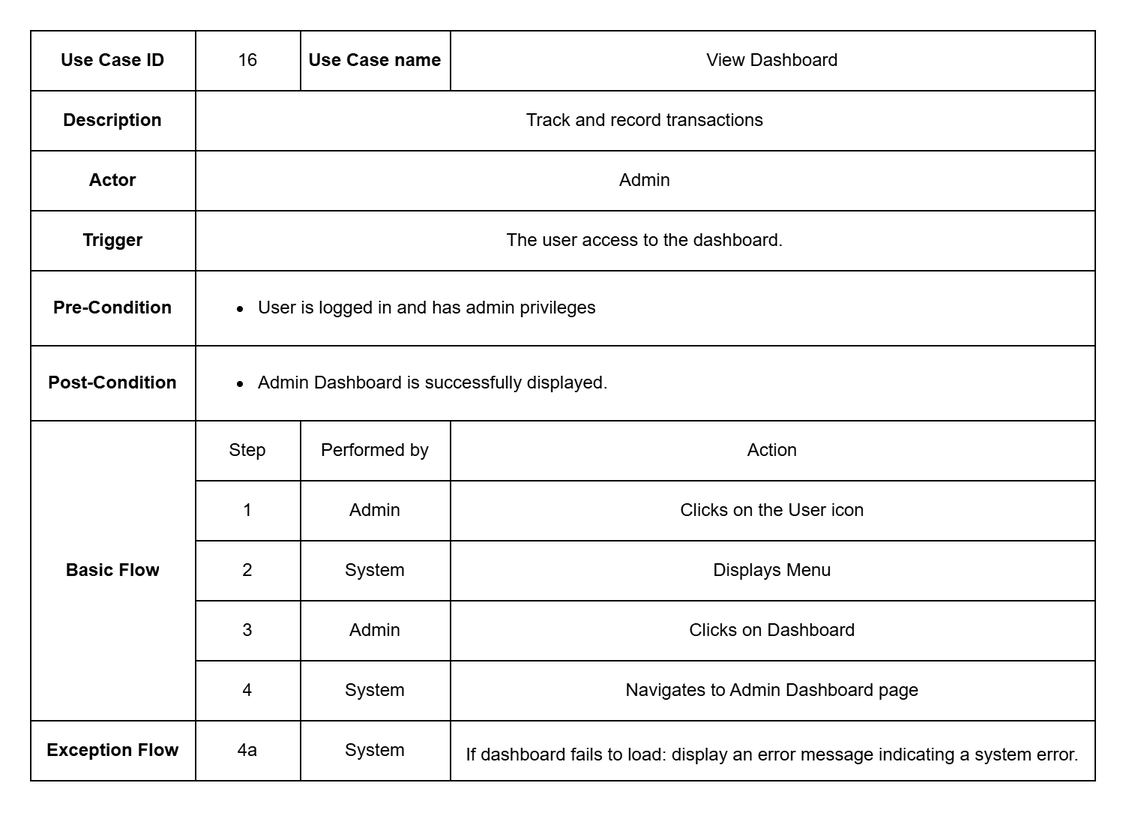
auphong2707/itse-laptopshop-management-web-application keeps this draw.io diagram as documentation/Images/usecase_metadata_card/uc_16_view_dashboard.drawio.png. Above is the earlier version. Source tidied: cells renumbered, new cells last; positions are measured from the earlier drawing's top-left corner, leaving out a move shared by most shapes.
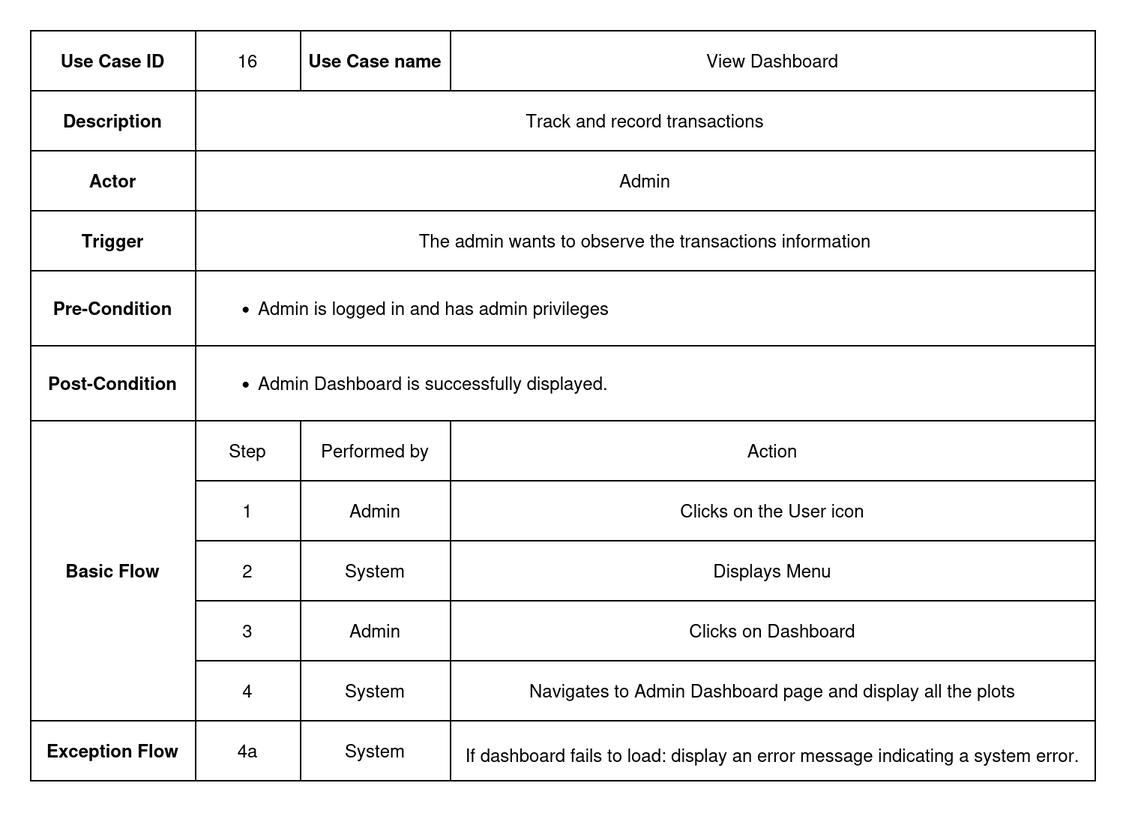
After the commit.

Change to the diagram source:
```diff
@@ -44,7 +44,7 @@
     <mxCell id="15" value="Trigger" style="shape=partialRectangle;html=1;whiteSpace=wrap;overflow=hidden;fillColor=none;top=0;left=0;bottom=0;right=0;fontStyle=1;labelBackgroundColor=none;" parent="14" vertex="1">
       <mxGeometry width="110" height="40" as="geometry" />
     </mxCell>
-    <mxCell id="16" value="&lt;div align=&quot;center&quot;&gt;The user access to the dashboard.&lt;/div&gt;" style="shape=partialRectangle;html=1;whiteSpace=wrap;overflow=hidden;fillColor=none;top=0;left=0;bottom=0;right=0;rowspan=1;colspan=3;align=center;spacingLeft=0;spacing=2;spacingRight=0;spacingBottom=0;spacingTop=0;labelBackgroundColor=none;" parent="14" vertex="1">
+    <mxCell id="16" value="The admin wants to observe the transactions information" style="shape=partialRectangle;html=1;whiteSpace=wrap;overflow=hidden;fillColor=none;top=0;left=0;bottom=0;right=0;rowspan=1;colspan=3;align=center;spacingLeft=0;spacing=2;spacingRight=0;spacingBottom=0;spacingTop=0;labelBackgroundColor=none;" parent="14" vertex="1">
       <mxGeometry x="110" width="600" height="40" as="geometry" />
     </mxCell>
     <mxCell id="17" style="shape=tableRow;horizontal=0;startSize=0;swimlaneHead=0;swimlaneBody=0;top=0;left=0;bottom=0;right=0;fillColor=none;labelBackgroundColor=none;" parent="2" vertex="1">
@@ -53,7 +53,7 @@
     <mxCell id="18" value="Pre-Condition" style="shape=partialRectangle;html=1;whiteSpace=wrap;overflow=hidden;fillColor=none;top=0;left=0;bottom=0;right=0;fontStyle=1;labelBackgroundColor=none;" parent="17" vertex="1">
       <mxGeometry width="110" height="50" as="geometry" />
     </mxCell>
-    <mxCell id="19" value="&lt;ul&gt;&lt;li&gt;User is logged in and has admin privileges&lt;/li&gt;&lt;/ul&gt;" style="shape=partialRectangle;html=1;whiteSpace=wrap;overflow=hidden;fillColor=none;top=0;left=0;bottom=0;right=0;rowspan=1;colspan=3;align=left;spacingLeft=0;spacing=2;spacingRight=0;spacingBottom=0;spacingTop=0;labelBackgroundColor=none;" parent="17" vertex="1">
+    <mxCell id="19" value="&lt;ul&gt;&lt;li&gt;Admin is logged in and has admin privileges&lt;/li&gt;&lt;/ul&gt;" style="shape=partialRectangle;html=1;whiteSpace=wrap;overflow=hidden;fillColor=none;top=0;left=0;bottom=0;right=0;rowspan=1;colspan=3;align=left;spacingLeft=0;spacing=2;spacingRight=0;spacingBottom=0;spacingTop=0;labelBackgroundColor=none;" parent="17" vertex="1">
       <mxGeometry x="110" width="600" height="50" as="geometry" />
     </mxCell>
     <mxCell id="20" style="shape=tableRow;horizontal=0;startSize=0;swimlaneHead=0;swimlaneBody=0;top=0;left=0;bottom=0;right=0;fillColor=none;labelBackgroundColor=none;" parent="2" vertex="1">
@@ -125,7 +125,7 @@
     <mxCell id="42" value="System" style="shape=partialRectangle;html=1;whiteSpace=wrap;overflow=hidden;fillColor=none;top=0;left=0;bottom=0;right=0;labelBackgroundColor=none;" parent="40" vertex="1">
       <mxGeometry x="180" width="100" height="40" as="geometry" />
     </mxCell>
-    <mxCell id="43" value="Navigates to&amp;nbsp;&lt;span&gt;Admin Dashboard page&lt;/span&gt;" style="shape=partialRectangle;html=1;whiteSpace=wrap;overflow=hidden;fillColor=none;top=0;left=0;bottom=0;right=0;labelBackgroundColor=none;" parent="40" vertex="1">
+    <mxCell id="43" value="Navigates to&amp;nbsp;&lt;span&gt;Admin Dashboard page and display all the plots&lt;/span&gt;" style="shape=partialRectangle;html=1;whiteSpace=wrap;overflow=hidden;fillColor=none;top=0;left=0;bottom=0;right=0;labelBackgroundColor=none;" parent="40" vertex="1">
       <mxGeometry x="280" width="430" height="40" as="geometry" />
     </mxCell>
     <mxCell id="44" style="shape=tableRow;horizontal=0;startSize=0;swimlaneHead=0;swimlaneBody=0;top=0;left=0;bottom=0;right=0;fillColor=none;labelBackgroundColor=none;" parent="2" vertex="1">
```
